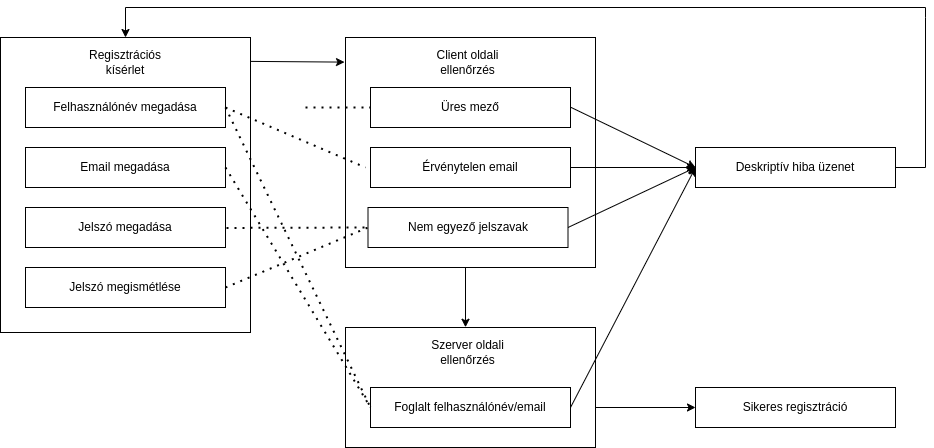
Above: Dokumentáció/Forgatókönyvek/regisztrációs_forgatókönyv.png in gyorkistamas/afp1_mini_newcodeorderby (draw.io), before the change. Source tidied: cells renumbered, new cells last; positions are measured from the earlier drawing's top-left corner, leaving out a move shared by most shapes.
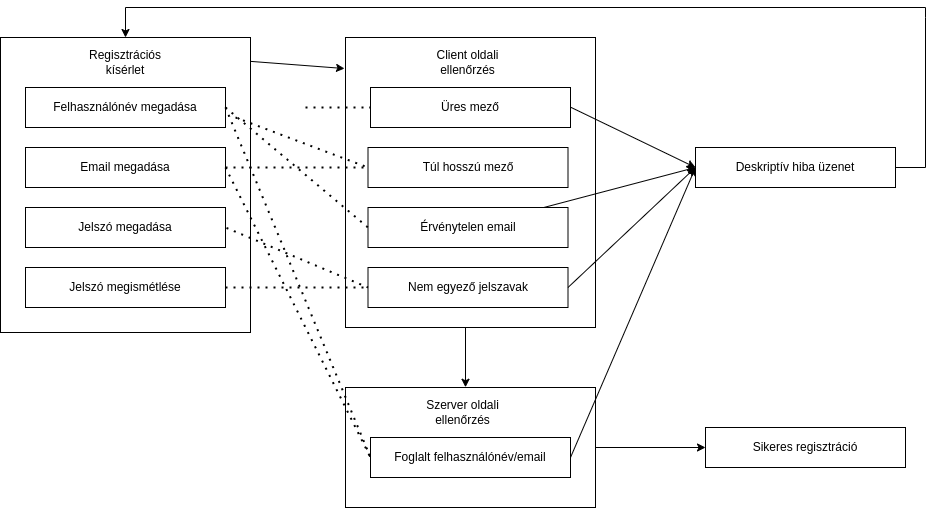
The same file after the commit.

Commit message:
func. spec. - forgatókönyv frissítés

Change to the diagram source:
```diff
@@ -21,7 +21,7 @@
       <mxGeometry x="95" y="40" width="60" height="30" as="geometry" />
     </mxCell>
     <mxCell id="8" style="rounded=0;whiteSpace=wrap;html=1;" parent="1" vertex="1">
-      <mxGeometry x="345" y="30" width="250" height="230" as="geometry" />
+      <mxGeometry x="345" y="30" width="250" height="290" as="geometry" />
     </mxCell>
     <mxCell id="9" value="Üres mező" style="rounded=0;whiteSpace=wrap;html=1;" parent="1" vertex="1">
       <mxGeometry x="370" y="80" width="200" height="40" as="geometry" />
@@ -35,18 +35,16 @@
       </mxGeometry>
     </mxCell>
     <mxCell id="12" value="Érvénytelen email" style="rounded=0;whiteSpace=wrap;html=1;" parent="1" vertex="1">
-      <mxGeometry x="370" y="140" width="200" height="40" as="geometry" />
+      <mxGeometry x="367.5" y="200" width="200" height="40" as="geometry" />
     </mxCell>
-    <mxCell id="13" style="endArrow=none;dashed=1;html=1;dashPattern=1 3;strokeWidth=2;rounded=0;exitX=1;exitY=0.5;exitDx=0;exitDy=0;" parent="1" edge="1" source="6">
-      <mxGeometry relative="1" as="geometry">
-        <mxPoint x="365" y="160" as="targetPoint" />
-      </mxGeometry>
+    <mxCell id="13" style="endArrow=none;dashed=1;html=1;dashPattern=1 3;strokeWidth=2;rounded=0;exitX=1;exitY=0.5;exitDx=0;exitDy=0;entryX=0;entryY=0.5;entryDx=0;entryDy=0;" parent="1" edge="1" source="6" target="12">
+      <mxGeometry relative="1" as="geometry" />
     </mxCell>
     <mxCell id="14" value="Client oldali ellenőrzés" style="text;html=1;strokeColor=none;fillColor=none;align=center;verticalAlign=middle;whiteSpace=wrap;rounded=0;" parent="1" vertex="1">
       <mxGeometry x="435" y="40" width="65" height="30" as="geometry" />
     </mxCell>
     <mxCell id="15" value="Nem egyező jelszavak" style="rounded=0;whiteSpace=wrap;html=1;" parent="1" vertex="1">
-      <mxGeometry x="367.5" y="200" width="200" height="40" as="geometry" />
+      <mxGeometry x="367.5" y="260" width="200" height="40" as="geometry" />
     </mxCell>
     <mxCell id="16" value="Deskriptív hiba üzenet" style="rounded=0;whiteSpace=wrap;html=1;" parent="1" vertex="1">
       <mxGeometry x="695" y="140" width="200" height="40" as="geometry" />
@@ -63,13 +61,13 @@
       <mxGeometry relative="1" as="geometry" />
     </mxCell>
     <mxCell id="20" style="rounded=0;whiteSpace=wrap;html=1;" parent="1" vertex="1">
-      <mxGeometry x="345" y="320" width="250" height="120" as="geometry" />
+      <mxGeometry x="345" y="380" width="250" height="120" as="geometry" />
     </mxCell>
     <mxCell id="21" value="Foglalt felhasználónév/email" style="rounded=0;whiteSpace=wrap;html=1;" parent="1" vertex="1">
-      <mxGeometry x="370" y="380" width="200" height="40" as="geometry" />
+      <mxGeometry x="370" y="430" width="200" height="40" as="geometry" />
     </mxCell>
     <mxCell id="22" value="Szerver oldali ellenőrzés" style="text;html=1;strokeColor=none;fillColor=none;align=center;verticalAlign=middle;whiteSpace=wrap;rounded=0;" parent="1" vertex="1">
-      <mxGeometry x="430" y="330" width="75" height="30" as="geometry" />
+      <mxGeometry x="425" y="390" width="75" height="30" as="geometry" />
     </mxCell>
     <mxCell id="23" style="endArrow=none;dashed=1;html=1;dashPattern=1 3;strokeWidth=2;rounded=0;exitX=1;exitY=0.5;exitDx=0;exitDy=0;entryX=0;entryY=0.5;entryDx=0;entryDy=0;" parent="1" edge="1" source="6" target="21">
       <mxGeometry relative="1" as="geometry" />
@@ -79,27 +77,23 @@
     </mxCell>
     <mxCell id="25" style="endArrow=classic;html=1;rounded=0;entryX=0.48;entryY=-0.002;entryDx=0;entryDy=0;entryPerimeter=0;" parent="1" edge="1" target="20">
       <mxGeometry relative="1" as="geometry">
-        <mxPoint x="465" y="260" as="sourcePoint" />
+        <mxPoint x="465" y="320" as="sourcePoint" />
       </mxGeometry>
     </mxCell>
     <mxCell id="26" style="endArrow=none;dashed=1;html=1;dashPattern=1 3;strokeWidth=2;rounded=0;exitX=1;exitY=0.5;exitDx=0;exitDy=0;entryX=0;entryY=0.5;entryDx=0;entryDy=0;" parent="1" edge="1" source="5" target="15">
       <mxGeometry relative="1" as="geometry" />
     </mxCell>
-    <mxCell id="27" style="endArrow=none;dashed=1;html=1;dashPattern=1 3;strokeWidth=2;rounded=0;exitX=1.005;exitY=0.511;exitDx=0;exitDy=0;exitPerimeter=0;" parent="1" edge="1" source="4">
-      <mxGeometry relative="1" as="geometry">
-        <mxPoint x="365" y="220" as="targetPoint" />
-      </mxGeometry>
+    <mxCell id="27" style="endArrow=none;dashed=1;html=1;dashPattern=1 3;strokeWidth=2;rounded=0;exitX=1.005;exitY=0.511;exitDx=0;exitDy=0;exitPerimeter=0;entryX=0;entryY=0.5;entryDx=0;entryDy=0;" parent="1" edge="1" source="4" target="15">
+      <mxGeometry relative="1" as="geometry" />
     </mxCell>
     <mxCell id="28" style="endArrow=classic;html=1;rounded=0;entryX=0;entryY=0.5;entryDx=0;entryDy=0;exitX=1;exitY=0.5;exitDx=0;exitDy=0;" parent="1" edge="1" source="21" target="16">
       <mxGeometry relative="1" as="geometry" />
     </mxCell>
     <mxCell id="29" value="Sikeres regisztráció" style="rounded=0;whiteSpace=wrap;html=1;" parent="1" vertex="1">
-      <mxGeometry x="695" y="380" width="200" height="40" as="geometry" />
+      <mxGeometry x="705" y="420" width="200" height="40" as="geometry" />
     </mxCell>
-    <mxCell id="30" style="endArrow=classic;html=1;rounded=0;entryX=0;entryY=0.5;entryDx=0;entryDy=0;" parent="1" edge="1" target="29">
-      <mxGeometry relative="1" as="geometry">
-        <mxPoint x="595" y="400" as="sourcePoint" />
-      </mxGeometry>
+    <mxCell id="30" style="endArrow=classic;html=1;rounded=0;entryX=0;entryY=0.5;entryDx=0;entryDy=0;exitX=1;exitY=0.5;exitDx=0;exitDy=0;" parent="1" edge="1" source="20" target="29">
+      <mxGeometry relative="1" as="geometry" />
     </mxCell>
     <mxCell id="31" style="endArrow=classic;html=1;rounded=0;exitX=1;exitY=0.5;exitDx=0;exitDy=0;entryX=0.5;entryY=0;entryDx=0;entryDy=0;" parent="1" edge="1" source="16" target="2">
       <mxGeometry relative="1" as="geometry">
@@ -111,5 +105,18 @@
         </Array>
       </mxGeometry>
     </mxCell>
+    <mxCell id="32" value="Túl hosszú mező" style="rounded=0;whiteSpace=wrap;html=1;" parent="1" vertex="1">
+      <mxGeometry x="367.5" y="140" width="200" height="40" as="geometry" />
+    </mxCell>
+    <mxCell id="33" style="endArrow=none;dashed=1;html=1;dashPattern=1 3;strokeWidth=2;rounded=0;exitX=1;exitY=0.5;exitDx=0;exitDy=0;entryX=0;entryY=0.5;entryDx=0;entryDy=0;" parent="1" edge="1" target="32">
+      <mxGeometry relative="1" as="geometry">
+        <mxPoint x="235" y="110" as="sourcePoint" />
+      </mxGeometry>
+    </mxCell>
+    <mxCell id="34" style="endArrow=none;dashed=1;html=1;dashPattern=1 3;strokeWidth=2;rounded=0;exitX=1;exitY=0.5;exitDx=0;exitDy=0;" parent="1" edge="1" source="3">
+      <mxGeometry relative="1" as="geometry">
+        <mxPoint x="365" y="160" as="targetPoint" />
+      </mxGeometry>
+    </mxCell>
   </root>
 </mxGraphModel>
```
